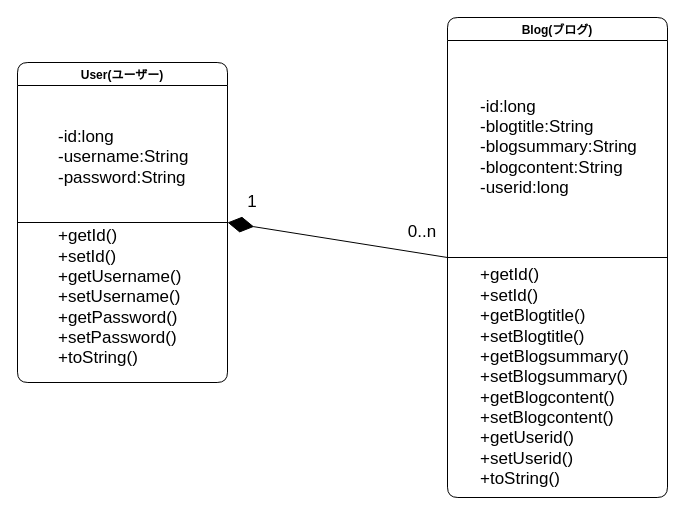
This is graph/class.drawio from shitsumazyo/TestWeb, a draw.io file, before an edit. Source tidied: cells renumbered, new cells numbered last; positions are measured from the earlier drawing's top-left corner, leaving out a move shared by most shapes. Both pictures are drawn from the tidied source at 100%, with x=0, y=0 at pixel (17, 17).
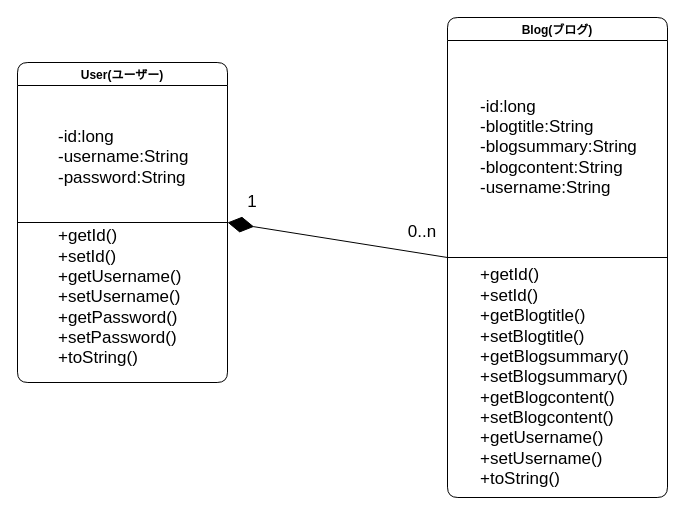
Above is the later version.

Change to the diagram source:
```diff
@@
 <mxGraphModel>
   <root>
     <mxCell id="0" />
     <mxCell id="1" parent="0" />
     <mxCell id="2" value="User(ユーザー)" style="swimlane;rounded=1;shadow=0;glass=0;sketch=0;fillColor=default;gradientColor=none;swimlaneLine=1;" parent="1" vertex="1">
       <mxGeometry y="45" width="210" height="320" as="geometry" />
     </mxCell>
     <mxCell id="3" value="&lt;font style=&quot;font-size: 17px;&quot;&gt;-id:long&amp;nbsp; &amp;nbsp; &amp;nbsp; &amp;nbsp; &amp;nbsp; &amp;nbsp; &amp;nbsp; &amp;nbsp;&amp;nbsp;&lt;br&gt;-username:String&lt;br&gt;-password:String&amp;nbsp;&lt;/font&gt;" style="rounded=1;whiteSpace=wrap;html=1;shadow=0;glass=0;sketch=0;fillColor=none;gradientColor=none;strokeColor=none;align=left;" parent="2" vertex="1">
       <mxGeometry x="38.8" y="20" width="167.5" height="150" as="geometry" />
     </mxCell>
     <mxCell id="4" value="+getId()&lt;br&gt;+setId()&lt;br&gt;+getUsername()&lt;br&gt;+setUsername()&lt;br&gt;+getPassword()&lt;br&gt;+setPassword()&lt;br&gt;+toString()" style="rounded=0;whiteSpace=wrap;html=1;shadow=0;glass=0;sketch=0;fontSize=17;fillColor=none;gradientColor=none;align=left;strokeColor=none;" parent="2" vertex="1">
       <mxGeometry x="38.8" y="150" width="150" height="170" as="geometry" />
     </mxCell>
     <mxCell id="5" style="endArrow=none;html=1;rounded=0;exitX=0;exitY=0.5;exitDx=0;exitDy=0;entryX=1;entryY=0.5;entryDx=0;entryDy=0;" parent="1" edge="1" source="2" target="2">
       <mxGeometry relative="1" as="geometry" />
     </mxCell>
     <mxCell id="6" value="Blog(ブログ)" style="swimlane;rounded=1;shadow=0;glass=0;sketch=0;fillColor=default;gradientColor=none;swimlaneLine=1;" parent="1" vertex="1">
       <mxGeometry x="430" width="220" height="480" as="geometry" />
     </mxCell>
-    <mxCell id="7" value="&lt;div style=&quot;&quot;&gt;&lt;span style=&quot;font-size: 17px; background-color: initial;&quot;&gt;-id:long&amp;nbsp; &amp;nbsp; &amp;nbsp; &amp;nbsp; &amp;nbsp; &amp;nbsp; &amp;nbsp; &amp;nbsp; &amp;nbsp; &amp;nbsp; &amp;nbsp; &amp;nbsp;&lt;/span&gt;&lt;/div&gt;&lt;font style=&quot;font-size: 17px;&quot;&gt;&lt;div style=&quot;&quot;&gt;&lt;span style=&quot;background-color: initial;&quot;&gt;-blogtitle:String&amp;nbsp; &amp;nbsp; &amp;nbsp; &amp;nbsp; &amp;nbsp; &amp;nbsp;&lt;/span&gt;&lt;/div&gt;&lt;div style=&quot;&quot;&gt;&lt;span style=&quot;background-color: initial;&quot;&gt;-blogsummary:String&amp;nbsp;&lt;/span&gt;&lt;/div&gt;&lt;div style=&quot;&quot;&gt;&lt;span style=&quot;background-color: initial;&quot;&gt;-blogcontent:String&amp;nbsp; &amp;nbsp;&amp;nbsp;&lt;/span&gt;&lt;/div&gt;&lt;div style=&quot;&quot;&gt;&lt;span style=&quot;background-color: initial;&quot;&gt;-userid:long&amp;nbsp; &amp;nbsp; &amp;nbsp;&lt;/span&gt;&lt;/div&gt;&lt;/font&gt;" style="rounded=1;whiteSpace=wrap;html=1;shadow=0;glass=0;sketch=0;fillColor=none;gradientColor=none;strokeColor=none;align=left;" parent="6" vertex="1">
+    <mxCell id="7" value="&lt;div style=&quot;&quot;&gt;&lt;span style=&quot;font-size: 17px; background-color: initial;&quot;&gt;-id:long&amp;nbsp; &amp;nbsp; &amp;nbsp; &amp;nbsp; &amp;nbsp; &amp;nbsp; &amp;nbsp; &amp;nbsp; &amp;nbsp; &amp;nbsp; &amp;nbsp; &amp;nbsp;&lt;/span&gt;&lt;/div&gt;&lt;font style=&quot;font-size: 17px;&quot;&gt;&lt;div style=&quot;&quot;&gt;&lt;span style=&quot;background-color: initial;&quot;&gt;-blogtitle:String&amp;nbsp; &amp;nbsp; &amp;nbsp; &amp;nbsp; &amp;nbsp; &amp;nbsp;&lt;/span&gt;&lt;/div&gt;&lt;div style=&quot;&quot;&gt;&lt;span style=&quot;background-color: initial;&quot;&gt;-blogsummary:String&amp;nbsp;&lt;/span&gt;&lt;/div&gt;&lt;div style=&quot;&quot;&gt;&lt;span style=&quot;background-color: initial;&quot;&gt;-blogcontent:String&amp;nbsp; &amp;nbsp;&amp;nbsp;&lt;/span&gt;&lt;/div&gt;&lt;div style=&quot;&quot;&gt;&lt;span style=&quot;background-color: initial;&quot;&gt;-username:String&amp;nbsp; &amp;nbsp; &amp;nbsp;&lt;/span&gt;&lt;/div&gt;&lt;/font&gt;" style="rounded=1;whiteSpace=wrap;html=1;shadow=0;glass=0;sketch=0;fillColor=none;gradientColor=none;strokeColor=none;align=left;" parent="6" vertex="1">
       <mxGeometry x="31.2" y="55" width="188.8" height="150" as="geometry" />
     </mxCell>
-    <mxCell id="8" value="+getId()&lt;br&gt;+setId()&lt;br&gt;+getBlogtitle()&lt;br&gt;+setBlogtitle()&lt;br&gt;+getBlogsummary()&lt;br&gt;+setBlogsummary()&lt;br&gt;+getBlogcontent()&lt;br&gt;+setBlogcontent()&lt;br&gt;+getUserid()&lt;br&gt;+setUserid()&lt;br&gt;+toString()" style="rounded=0;whiteSpace=wrap;html=1;shadow=0;glass=0;sketch=0;fontSize=17;fillColor=none;gradientColor=none;align=left;strokeColor=none;" parent="6" vertex="1">
+    <mxCell id="8" value="+getId()&lt;br&gt;+setId()&lt;br&gt;+getBlogtitle()&lt;br&gt;+setBlogtitle()&lt;br&gt;+getBlogsummary()&lt;br&gt;+setBlogsummary()&lt;br&gt;+getBlogcontent()&lt;br&gt;+setBlogcontent()&lt;br&gt;+getUsername()&lt;br&gt;+setUsername()&lt;br&gt;+toString()" style="rounded=0;whiteSpace=wrap;html=1;shadow=0;glass=0;sketch=0;fontSize=17;fillColor=none;gradientColor=none;align=left;strokeColor=none;" parent="6" vertex="1">
       <mxGeometry x="31.2" y="240" width="170" height="240" as="geometry" />
     </mxCell>
     <mxCell id="9" style="endArrow=none;html=1;rounded=0;exitX=0;exitY=0.5;exitDx=0;exitDy=0;entryX=1;entryY=0.5;entryDx=0;entryDy=0;" parent="1" edge="1" source="6" target="6">
       <mxGeometry relative="1" as="geometry" />
     </mxCell>
     <mxCell id="10" style="endArrow=diamondThin;endFill=1;endSize=24;html=1;rounded=0;fontSize=17;entryX=1;entryY=0.5;entryDx=0;entryDy=0;exitX=0;exitY=0.5;exitDx=0;exitDy=0;" parent="1" edge="1" source="6" target="2">
       <mxGeometry relative="1" as="geometry" />
     </mxCell>
     <mxCell id="11" value="1" style="rounded=0;whiteSpace=wrap;html=1;shadow=0;glass=0;sketch=0;fontSize=17;fillColor=none;gradientColor=none;strokeColor=none;" parent="1" vertex="1">
       <mxGeometry x="190" y="165" width="90" height="40" as="geometry" />
     </mxCell>
     <mxCell id="12" value="0..n" style="rounded=0;whiteSpace=wrap;html=1;shadow=0;glass=0;sketch=0;fontSize=17;fillColor=none;gradientColor=none;strokeColor=none;" parent="1" vertex="1">
       <mxGeometry x="360" y="195" width="90" height="40" as="geometry" />
     </mxCell>
   </root>
 </mxGraphModel>
```
